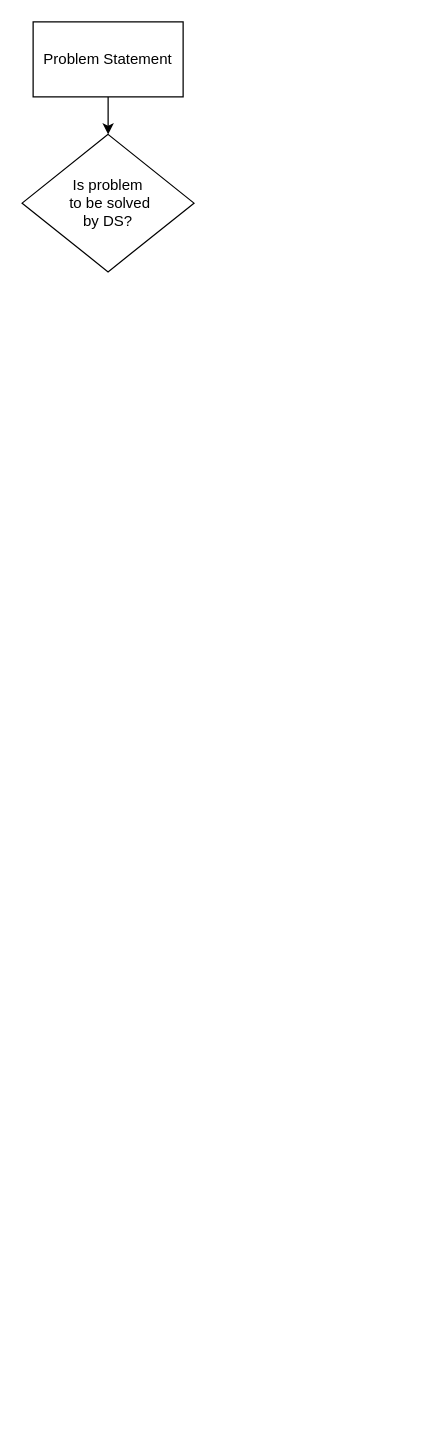
The draw.io diagram Data_Science_Workflow.drawio in maha-prathamesh/MLAINOTES, before the edit. Source tidied: cells renumbered, new cells numbered last; positions are measured from the earlier drawing's top-left corner, leaving out a move shared by most shapes. Both pictures are drawn from the tidied source at 125%, with x=0, y=0 at pixel (21, 21).
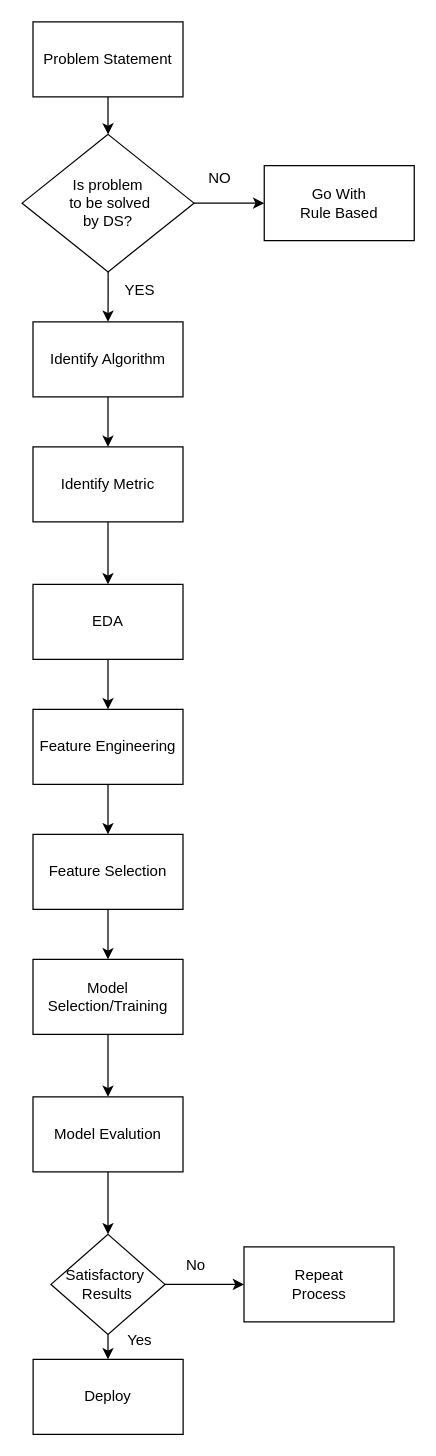
After the change.

Unchanged cells that the change refers to:
```xml
<mxCell id="4" value="Is problem&lt;br&gt;&amp;nbsp;to be solved &lt;br&gt;by DS?" style="rhombus;whiteSpace=wrap;html=1;rounded=0;" parent="1" vertex="1">
  <mxGeometry x="0.2" y="90" width="137.5" height="110" as="geometry" />
</mxCell>
```

The edit, as a diff of the source:
```diff
@@
     <mxCell id="3" value="Problem Statement" style="rounded=0;whiteSpace=wrap;html=1;" parent="1" vertex="1">
-      <mxGeometry x="9" width="120" height="60" as="geometry" />
+      <mxGeometry x="8.9" width="120" height="60" as="geometry" />
     </mxCell>
+    <mxCell id="5" style="edgeStyle=orthogonalEdgeStyle;rounded=0;jettySize=auto;html=1;" parent="1" edge="1" source="4" target="8">
+      <mxGeometry relative="1" as="geometry" />
+    </mxCell>
+    <mxCell id="6" style="edgeStyle=orthogonalEdgeStyle;rounded=0;jettySize=auto;html=1;" parent="1" edge="1" source="4" target="9">
+      <mxGeometry relative="1" as="geometry" />
+    </mxCell>
@@
+    <mxCell id="7" style="edgeStyle=orthogonalEdgeStyle;rounded=0;jettySize=auto;html=1;" parent="1" edge="1" source="8" target="13">
+      <mxGeometry relative="1" as="geometry" />
+    </mxCell>
+    <mxCell id="8" value="Identify Algorithm" style="whiteSpace=wrap;html=1;rounded=0;" parent="1" vertex="1">
+      <mxGeometry x="8.9" y="240" width="120" height="60" as="geometry" />
+    </mxCell>
+    <mxCell id="9" value="Go With &lt;br&gt;Rule Based" style="whiteSpace=wrap;html=1;rounded=0;" parent="1" vertex="1">
+      <mxGeometry x="193.9" y="115" width="120" height="60" as="geometry" />
+    </mxCell>
+    <mxCell id="10" value="NO" style="text;html=1;align=center;verticalAlign=middle;strokeColor=none;fillColor=none;" parent="1" vertex="1">
+      <mxGeometry x="137.7" y="110" width="40" height="30" as="geometry" />
+    </mxCell>
+    <mxCell id="11" value="YES" style="text;html=1;align=center;verticalAlign=middle;strokeColor=none;fillColor=none;" parent="1" vertex="1">
+      <mxGeometry x="68.9" y="200" width="50" height="30" as="geometry" />
+    </mxCell>
+    <mxCell id="12" style="edgeStyle=orthogonalEdgeStyle;rounded=0;jettySize=auto;html=1;" parent="1" edge="1" source="13" target="15">
+      <mxGeometry relative="1" as="geometry" />
+    </mxCell>
+    <mxCell id="13" value="Identify Metric" style="whiteSpace=wrap;html=1;rounded=0;" parent="1" vertex="1">
+      <mxGeometry x="8.9" y="340" width="120" height="60" as="geometry" />
+    </mxCell>
+    <mxCell id="14" style="edgeStyle=orthogonalEdgeStyle;rounded=0;jettySize=auto;html=1;" parent="1" edge="1" source="15">
+      <mxGeometry relative="1" as="geometry">
+        <mxPoint x="68.9" y="550" as="targetPoint" />
+      </mxGeometry>
+    </mxCell>
+    <mxCell id="15" value="EDA" style="whiteSpace=wrap;html=1;rounded=0;" parent="1" vertex="1">
+      <mxGeometry x="8.9" y="450" width="120" height="60" as="geometry" />
+    </mxCell>
+    <mxCell id="16" style="edgeStyle=orthogonalEdgeStyle;rounded=0;jettySize=auto;html=1;" parent="1" edge="1" source="17" target="19">
+      <mxGeometry relative="1" as="geometry" />
+    </mxCell>
+    <mxCell id="17" value="Feature Engineering" style="whiteSpace=wrap;html=1;rounded=0;" parent="1" vertex="1">
+      <mxGeometry x="8.9" y="550" width="120" height="60" as="geometry" />
+    </mxCell>
+    <mxCell id="18" style="edgeStyle=orthogonalEdgeStyle;rounded=0;jettySize=auto;html=1;" parent="1" edge="1" source="19" target="21">
+      <mxGeometry relative="1" as="geometry" />
+    </mxCell>
+    <mxCell id="19" value="Feature Selection" style="whiteSpace=wrap;html=1;rounded=0;" parent="1" vertex="1">
+      <mxGeometry x="8.9" y="650" width="120" height="60" as="geometry" />
+    </mxCell>
+    <mxCell id="20" style="edgeStyle=orthogonalEdgeStyle;rounded=0;jettySize=auto;html=1;" parent="1" edge="1" source="21" target="23">
+      <mxGeometry relative="1" as="geometry" />
+    </mxCell>
+    <mxCell id="21" value="Model Selection/Training" style="whiteSpace=wrap;html=1;rounded=0;" parent="1" vertex="1">
+      <mxGeometry x="8.9" y="750" width="120" height="60" as="geometry" />
+    </mxCell>
+    <mxCell id="22" style="edgeStyle=orthogonalEdgeStyle;rounded=0;jettySize=auto;html=1;" parent="1" edge="1" source="23" target="26">
+      <mxGeometry relative="1" as="geometry" />
+    </mxCell>
+    <mxCell id="23" value="Model Evalution" style="whiteSpace=wrap;html=1;rounded=0;" parent="1" vertex="1">
+      <mxGeometry x="8.9" y="860" width="120" height="60" as="geometry" />
+    </mxCell>
+    <mxCell id="24" style="edgeStyle=orthogonalEdgeStyle;rounded=0;jettySize=auto;html=1;" parent="1" edge="1" source="26" target="27">
+      <mxGeometry relative="1" as="geometry" />
+    </mxCell>
+    <mxCell id="25" style="edgeStyle=orthogonalEdgeStyle;rounded=0;jettySize=auto;html=1;" parent="1" edge="1" source="26" target="28">
+      <mxGeometry relative="1" as="geometry" />
+    </mxCell>
+    <mxCell id="26" value="Satisfactory&amp;nbsp;&lt;br&gt;Results" style="rhombus;whiteSpace=wrap;html=1;rounded=0;" parent="1" vertex="1">
+      <mxGeometry x="23.3" y="970" width="91.2" height="80" as="geometry" />
+    </mxCell>
+    <mxCell id="27" value="Deploy" style="whiteSpace=wrap;html=1;rounded=0;" parent="1" vertex="1">
+      <mxGeometry x="9" y="1070" width="120" height="60" as="geometry" />
+    </mxCell>
+    <mxCell id="28" value="Repeat &lt;br&gt;Process" style="whiteSpace=wrap;html=1;rounded=0;" parent="1" vertex="1">
+      <mxGeometry x="177.7" y="980" width="120" height="60" as="geometry" />
+    </mxCell>
+    <mxCell id="29" value="Yes" style="text;html=1;align=center;verticalAlign=middle;strokeColor=none;fillColor=none;" parent="1" vertex="1">
+      <mxGeometry x="73.9" y="1040" width="40" height="30" as="geometry" />
+    </mxCell>
+    <mxCell id="30" value="No" style="text;html=1;align=center;verticalAlign=middle;strokeColor=none;fillColor=none;" parent="1" vertex="1">
+      <mxGeometry x="118.9" y="980" width="40" height="30" as="geometry" />
+    </mxCell>
```
